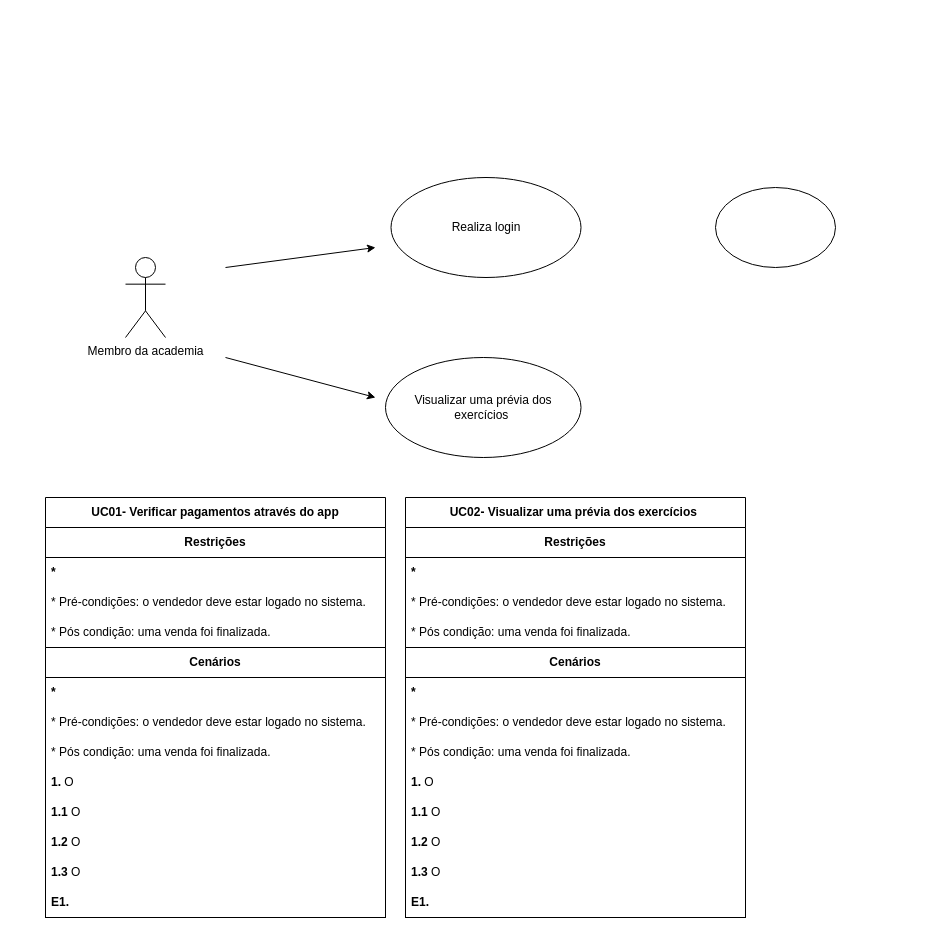
This is Diagrama sem nome.drawio from AndyPdN/cadastro_academia, a draw.io file, before an edit. Source tidied: cells renumbered, new cells numbered last; positions are measured from the earlier drawing's top-left corner, leaving out a move shared by most shapes. Both pictures are drawn from the tidied source at 100%, with x=0, y=0 at pixel (45, 177).
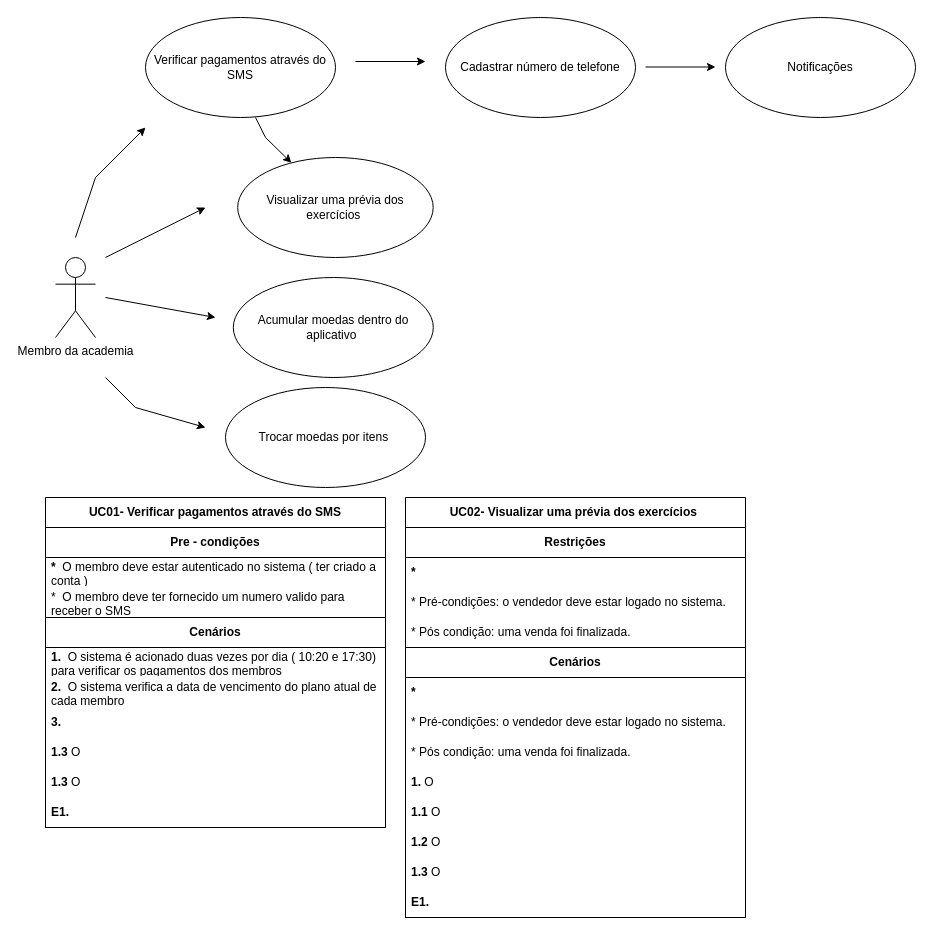
Above is the later version.

Change to the diagram source:
```diff
@@
     <mxCell id="2" value="Membro da academia" style="shape=umlActor;verticalLabelPosition=bottom;verticalAlign=top;html=1;" parent="1" vertex="1">
-      <mxGeometry x="80" y="80" width="40" height="80" as="geometry" />
+      <mxGeometry x="10" y="80" width="40" height="80" as="geometry" />
     </mxCell>
-    <mxCell id="3" value="Realiza login" style="ellipse;whiteSpace=wrap;html=1;" parent="1" vertex="1">
-      <mxGeometry x="345.5" width="190" height="100" as="geometry" />
+    <mxCell id="3" value="&lt;span style=&quot;border-color: var(--border-color);&quot;&gt;Verificar pagamentos através do SMS&lt;/span&gt;" style="ellipse;whiteSpace=wrap;html=1;" parent="1" vertex="1">
+      <mxGeometry x="100" y="-160" width="190" height="100" as="geometry" />
     </mxCell>
+    <mxCell id="36" value="Cadastrar número de telefone" style="ellipse;whiteSpace=wrap;html=1;" parent="1" vertex="1">
+      <mxGeometry x="400" y="-160" width="190" height="100" as="geometry" />
+    </mxCell>
+    <mxCell id="37" value="Notificações" style="ellipse;whiteSpace=wrap;html=1;" parent="1" vertex="1">
+      <mxGeometry x="680" y="-160" width="190" height="100" as="geometry" />
+    </mxCell>
     <mxCell id="4" value="Visualizar uma prévia dos exercícios&amp;nbsp;" style="ellipse;whiteSpace=wrap;html=1;" parent="1" vertex="1">
-      <mxGeometry x="340" y="180" width="195.5" height="100" as="geometry" />
+      <mxGeometry x="192.2" y="-20" width="195.5" height="100" as="geometry" />
     </mxCell>
@@
     <mxCell id="19" style="endArrow=classic;html=1;rounded=0;" parent="1" edge="1">
       <mxGeometry relative="1" as="geometry">
-        <mxPoint x="180" y="180" as="sourcePoint" />
-        <mxPoint x="330" y="220" as="targetPoint" />
+        <mxPoint x="60" y="80" as="sourcePoint" />
+        <mxPoint x="160" y="30" as="targetPoint" />
       </mxGeometry>
     </mxCell>
     <mxCell id="20" style="endArrow=classic;html=1;rounded=0;" parent="1" edge="1">
       <mxGeometry relative="1" as="geometry">
-        <mxPoint x="180" y="90" as="sourcePoint" />
-        <mxPoint x="330" y="70" as="targetPoint" />
+        <mxPoint x="30" y="60" as="sourcePoint" />
+        <mxPoint x="100" y="-50" as="targetPoint" />
+        <Array as="points">
+          <mxPoint x="50" />
+        </Array>
       </mxGeometry>
     </mxCell>
-    <mxCell id="21" value="&lt;b&gt;UC01-&amp;nbsp;Verificar pagamentos através do app&lt;/b&gt;" style="swimlane;fontStyle=0;horizontal=1;startSize=30;whiteSpace=wrap;html=1;" parent="1" vertex="1">
-      <mxGeometry y="320" width="340" height="420" as="geometry" />
+    <mxCell id="21" value="&lt;b&gt;UC01-&amp;nbsp;Verificar pagamentos através do SMS&lt;/b&gt;" style="swimlane;fontStyle=0;horizontal=1;startSize=30;whiteSpace=wrap;html=1;" parent="1" vertex="1">
+      <mxGeometry y="320" width="340" height="330" as="geometry" />
     </mxCell>
-    <mxCell id="22" value="&lt;b&gt;Restrições&lt;/b&gt;" style="swimlane;fontStyle=0;horizontal=1;startSize=30;whiteSpace=wrap;html=1;align=center;" parent="21" vertex="1">
-      <mxGeometry y="30" width="340" height="390" as="geometry" />
+    <mxCell id="22" value="&lt;span id=&quot;docs-internal-guid-1f42c7ce-7fff-7f47-b2cc-12b07f72f5e0&quot;&gt;&lt;/span&gt;&lt;span id=&quot;docs-internal-guid-1f42c7ce-7fff-7f47-b2cc-12b07f72f5e0&quot;&gt;&lt;/span&gt;&lt;span id=&quot;docs-internal-guid-1f42c7ce-7fff-7f47-b2cc-12b07f72f5e0&quot;&gt;&lt;/span&gt;&lt;span id=&quot;docs-internal-guid-1f42c7ce-7fff-7f47-b2cc-12b07f72f5e0&quot;&gt;&lt;/span&gt;&lt;b&gt;Pre - condições&lt;/b&gt;" style="swimlane;fontStyle=0;horizontal=1;startSize=30;whiteSpace=wrap;html=1;align=center;" parent="21" vertex="1">
+      <mxGeometry y="30" width="340" height="300" as="geometry" />
     </mxCell>
-    <mxCell id="23" value="&lt;b&gt;*&amp;nbsp;&lt;/b&gt;" style="text;strokeColor=none;fillColor=none;align=left;verticalAlign=middle;spacingLeft=4;spacingRight=4;overflow=hidden;whiteSpace=wrap;html=1;" parent="22" vertex="1">
+    <mxCell id="23" value="&lt;b&gt;*&amp;nbsp; &lt;/b&gt;O membro deve estar autenticado no sistema ( ter criado a conta )" style="text;strokeColor=none;fillColor=none;align=left;verticalAlign=middle;spacingLeft=4;spacingRight=4;overflow=hidden;whiteSpace=wrap;html=1;" parent="22" vertex="1">
       <mxGeometry y="30" width="340" height="30" as="geometry" />
     </mxCell>
-    <mxCell id="24" value="* Pré-condições: o vendedor deve estar logado no sistema." style="text;strokeColor=none;fillColor=none;align=left;verticalAlign=middle;spacingLeft=4;spacingRight=4;overflow=hidden;whiteSpace=wrap;html=1;" parent="22" vertex="1">
+    <mxCell id="24" value="*&amp;nbsp; O membro deve ter fornecido um numero valido para receber o SMS" style="text;strokeColor=none;fillColor=none;align=left;verticalAlign=middle;spacingLeft=4;spacingRight=4;overflow=hidden;whiteSpace=wrap;html=1;" parent="22" vertex="1">
       <mxGeometry y="60" width="340" height="30" as="geometry" />
     </mxCell>
-    <mxCell id="25" value="* Pós condição: uma venda foi finalizada.&lt;br&gt;" style="text;strokeColor=none;fillColor=none;align=left;verticalAlign=middle;spacingLeft=4;spacingRight=4;overflow=hidden;whiteSpace=wrap;html=1;" parent="22" vertex="1">
-      <mxGeometry y="90" width="340" height="30" as="geometry" />
-    </mxCell>
     <mxCell id="26" value="&lt;b style=&quot;border-color: var(--border-color); text-align: left;&quot;&gt;Cenários&lt;/b&gt;" style="swimlane;fontStyle=0;horizontal=1;startSize=30;whiteSpace=wrap;html=1;" parent="22" vertex="1">
-      <mxGeometry y="120" width="340" height="270" as="geometry" />
+      <mxGeometry y="90" width="340" height="210" as="geometry" />
     </mxCell>
-    <mxCell id="27" value="&lt;b&gt;*&lt;/b&gt;" style="text;strokeColor=none;fillColor=none;align=left;verticalAlign=middle;spacingLeft=4;spacingRight=4;overflow=hidden;whiteSpace=wrap;html=1;" parent="26" vertex="1">
-      <mxGeometry y="30" width="340" height="30" as="geometry" />
-    </mxCell>
-    <mxCell id="28" value="* Pré-condições: o vendedor deve estar logado no sistema." style="text;strokeColor=none;fillColor=none;align=left;verticalAlign=middle;spacingLeft=4;spacingRight=4;overflow=hidden;whiteSpace=wrap;html=1;" parent="26" vertex="1">
-      <mxGeometry y="60" width="340" height="30" as="geometry" />
-    </mxCell>
-    <mxCell id="29" value="* Pós condição: uma venda foi finalizada.&lt;br&gt;" style="text;strokeColor=none;fillColor=none;align=left;verticalAlign=middle;spacingLeft=4;spacingRight=4;overflow=hidden;whiteSpace=wrap;html=1;" parent="26" vertex="1">
-      <mxGeometry y="90" width="340" height="30" as="geometry" />
-    </mxCell>
-    <mxCell id="30" value="&lt;b&gt;1. &lt;/b&gt;O&lt;b&gt;&amp;nbsp;&lt;/b&gt;" style="text;strokeColor=none;fillColor=none;align=left;verticalAlign=middle;spacingLeft=4;spacingRight=4;overflow=hidden;whiteSpace=wrap;html=1;" parent="26" vertex="1">
-      <mxGeometry y="120" width="340" height="30" as="geometry" />
+    <mxCell id="30" value="&lt;b&gt;1.&amp;nbsp; &lt;/b&gt;O sistema é acionado duas vezes por dia ( 10:20 e 17:30) para verificar os pagamentos dos membros" style="text;strokeColor=none;fillColor=none;align=left;verticalAlign=middle;spacingLeft=4;spacingRight=4;overflow=hidden;whiteSpace=wrap;html=1;" parent="26" vertex="1">
+      <mxGeometry y="30" width="340" height="30" as="geometry" />
     </mxCell>
-    <mxCell id="31" value="&lt;b&gt;1.1&amp;nbsp;&lt;/b&gt;O&lt;b&gt;&amp;nbsp;&lt;/b&gt;" style="text;strokeColor=none;fillColor=none;align=left;verticalAlign=middle;spacingLeft=4;spacingRight=4;overflow=hidden;whiteSpace=wrap;html=1;" parent="26" vertex="1">
-      <mxGeometry y="150" width="340" height="30" as="geometry" />
+    <mxCell id="31" value="&lt;b&gt;2.&lt;/b&gt;&amp;nbsp; O sistema verifica a data de vencimento do plano atual de cada membro" style="text;strokeColor=none;fillColor=none;align=left;verticalAlign=middle;spacingLeft=4;spacingRight=4;overflow=hidden;whiteSpace=wrap;html=1;" parent="26" vertex="1">
+      <mxGeometry y="60" width="340" height="30" as="geometry" />
     </mxCell>
-    <mxCell id="32" value="&lt;b&gt;1.2&amp;nbsp;&lt;/b&gt;O&lt;b&gt;&amp;nbsp;&lt;/b&gt;" style="text;strokeColor=none;fillColor=none;align=left;verticalAlign=middle;spacingLeft=4;spacingRight=4;overflow=hidden;whiteSpace=wrap;html=1;" parent="26" vertex="1">
-      <mxGeometry y="180" width="340" height="30" as="geometry" />
+    <mxCell id="32" value="&lt;b&gt;3.&amp;nbsp;&lt;/b&gt;" style="text;strokeColor=none;fillColor=none;align=left;verticalAlign=middle;spacingLeft=4;spacingRight=4;overflow=hidden;whiteSpace=wrap;html=1;" parent="26" vertex="1">
+      <mxGeometry y="90" width="340" height="30" as="geometry" />
     </mxCell>
     <mxCell id="33" value="&lt;b&gt;1.3&amp;nbsp;&lt;/b&gt;O&lt;b&gt;&amp;nbsp;&lt;/b&gt;" style="text;strokeColor=none;fillColor=none;align=left;verticalAlign=middle;spacingLeft=4;spacingRight=4;overflow=hidden;whiteSpace=wrap;html=1;" parent="26" vertex="1">
-      <mxGeometry y="210" width="340" height="30" as="geometry" />
+      <mxGeometry y="120" width="340" height="30" as="geometry" />
     </mxCell>
+    <mxCell id="38" value="&lt;b&gt;1.3&amp;nbsp;&lt;/b&gt;O&lt;b&gt;&amp;nbsp;&lt;/b&gt;" style="text;strokeColor=none;fillColor=none;align=left;verticalAlign=middle;spacingLeft=4;spacingRight=4;overflow=hidden;whiteSpace=wrap;html=1;" parent="26" vertex="1">
+      <mxGeometry y="150" width="340" height="30" as="geometry" />
+    </mxCell>
     <mxCell id="34" value="&lt;b&gt;E1.&lt;/b&gt;" style="text;strokeColor=none;fillColor=none;align=left;verticalAlign=middle;spacingLeft=4;spacingRight=4;overflow=hidden;whiteSpace=wrap;html=1;" parent="26" vertex="1">
-      <mxGeometry y="240" width="340" height="30" as="geometry" />
+      <mxGeometry y="180" width="340" height="30" as="geometry" />
     </mxCell>
-    <mxCell id="35" style="ellipse;whiteSpace=wrap;html=1;" parent="1" vertex="1">
-      <mxGeometry x="670" y="10" width="120" height="80" as="geometry" />
-    </mxCell>
+    <mxCell id="39" value="Acumular moedas dentro do aplicativo&amp;nbsp;" style="ellipse;whiteSpace=wrap;html=1;" parent="1" vertex="1">
+      <mxGeometry x="187.8" y="100" width="200" height="100" as="geometry" />
+    </mxCell>
+    <mxCell id="40" value="Trocar moedas por itens&amp;nbsp;" style="ellipse;whiteSpace=wrap;html=1;" parent="1" vertex="1">
+      <mxGeometry x="180" y="210" width="200" height="100" as="geometry" />
+    </mxCell>
+    <mxCell id="41" style="endArrow=classic;html=1;rounded=0;" parent="1" edge="1">
+      <mxGeometry relative="1" as="geometry">
+        <mxPoint x="60" y="120" as="sourcePoint" />
+        <mxPoint x="170" y="140" as="targetPoint" />
+      </mxGeometry>
+    </mxCell>
+    <mxCell id="42" style="endArrow=classic;html=1;rounded=0;" parent="1" edge="1">
+      <mxGeometry relative="1" as="geometry">
+        <mxPoint x="60" y="200" as="sourcePoint" />
+        <mxPoint x="160" y="250" as="targetPoint" />
+        <Array as="points">
+          <mxPoint x="90" y="230" />
+        </Array>
+      </mxGeometry>
+    </mxCell>
+    <mxCell id="43" style="endArrow=classic;html=1;rounded=0;" parent="1" edge="1">
+      <mxGeometry relative="1" as="geometry">
+        <mxPoint x="310" y="-116" as="sourcePoint" />
+        <mxPoint x="380" y="-116" as="targetPoint" />
+      </mxGeometry>
+    </mxCell>
+    <mxCell id="44" style="endArrow=classic;html=1;rounded=0;" parent="1" edge="1">
+      <mxGeometry relative="1" as="geometry">
+        <mxPoint x="600" y="-110.5" as="sourcePoint" />
+        <mxPoint x="670" y="-110.5" as="targetPoint" />
+      </mxGeometry>
+    </mxCell>
+    <mxCell id="45" style="endArrow=classic;html=1;rounded=0;" parent="1" edge="1" target="4">
+      <mxGeometry relative="1" as="geometry">
+        <mxPoint x="210" y="-60" as="sourcePoint" />
+        <Array as="points">
+          <mxPoint x="220" y="-40" />
+        </Array>
+      </mxGeometry>
+    </mxCell>
```
